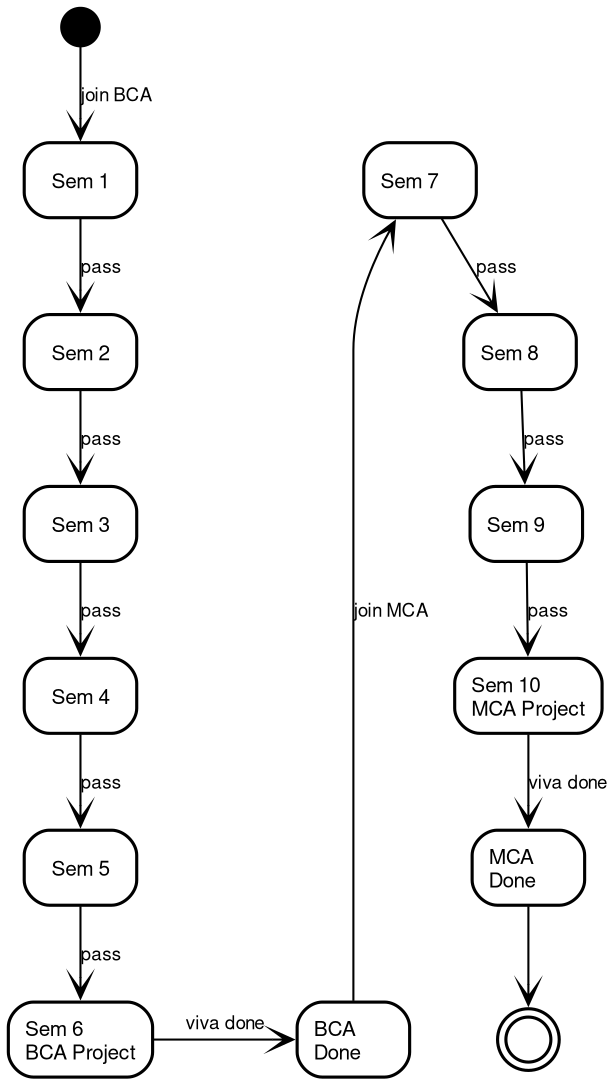
Above: docs/diagrams/11-state-student.png in akshita777/iips-ug-pg-project-repository-system (Graphviz), before the change. Its source is kept beside it as docs/diagrams/11-state-student.dot. The source it was exported from:
```dot
digraph state_student {
  rankdir=TB;
  bgcolor="white";
  fontname="Helvetica";
  nodesep=0.45;
  ranksep=0.5;

  node [fontname="Helvetica", fontsize=10, shape=box, style="rounded,filled",
        fillcolor="white", color="black", penwidth=1.5];
  edge [fontname="Helvetica", fontsize=9, color="black", arrowhead="vee"];

  start [label="", shape=circle, style="filled", fillcolor="black", width=0.25, height=0.25];
  s1 [label="Sem 1"];
  s2 [label="Sem 2"];
  s3 [label="Sem 3"];
  s4 [label="Sem 4"];
  s5 [label="Sem 5"];
  s6 [label="Sem 6\lBCA Project\l"];
  bca [label="BCA\lDone\l"];
  s7 [label="Sem 7\l"];
  s8 [label="Sem 8\l"];
  s9 [label="Sem 9\l"];
  s10 [label="Sem 10\lMCA Project\l"];
  mca [label="MCA\lDone\l"];
  end [label="", shape=doublecircle, style="filled", fillcolor="white", color="black", width=0.3, height=0.3];

  { rank=same; s1; s7; }
  { rank=same; s2; s8; }
  { rank=same; s3; s9; }
  { rank=same; s4; s10; }
  { rank=same; s5; mca; }
  { rank=same; s6; bca; }

  start -> s1 [label="join BCA"];
  s1 -> s2 [label="pass"];
  s2 -> s3 [label="pass"];
  s3 -> s4 [label="pass"];
  s4 -> s5 [label="pass"];
  s5 -> s6 [label="pass"];
  s6 -> bca [label="viva done"];

  bca -> s7 [label="join MCA"];
  s7 -> s8 [label="pass"];
  s8 -> s9 [label="pass"];
  s9 -> s10 [label="pass"];
  s10 -> mca [label="viva done"];
  mca -> end;
}
```
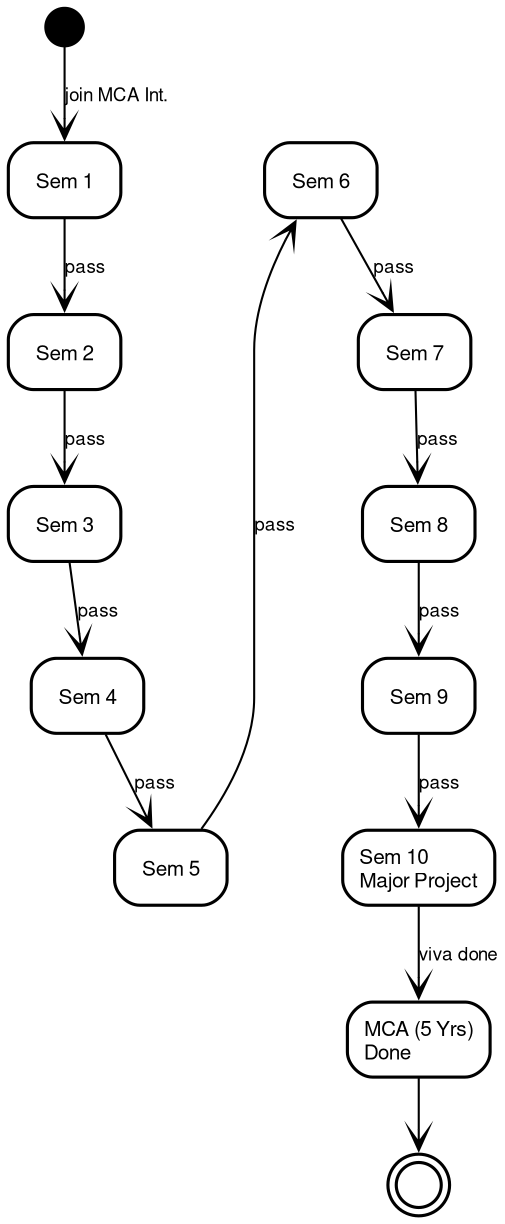
Later version of the same file.

What changed in the source:
```diff
@@ -15,31 +15,27 @@
   s3 [label="Sem 3"];
   s4 [label="Sem 4"];
   s5 [label="Sem 5"];
-  s6 [label="Sem 6\lBCA Project\l"];
-  bca [label="BCA\lDone\l"];
-  s7 [label="Sem 7\l"];
-  s8 [label="Sem 8\l"];
-  s9 [label="Sem 9\l"];
-  s10 [label="Sem 10\lMCA Project\l"];
-  mca [label="MCA\lDone\l"];
+  s6 [label="Sem 6"];
+  s7 [label="Sem 7"];
+  s8 [label="Sem 8"];
+  s9 [label="Sem 9"];
+  s10 [label="Sem 10\lMajor Project\l"];
+  mca [label="MCA (5 Yrs)\lDone\l"];
   end [label="", shape=doublecircle, style="filled", fillcolor="white", color="black", width=0.3, height=0.3];
 
-  { rank=same; s1; s7; }
-  { rank=same; s2; s8; }
-  { rank=same; s3; s9; }
-  { rank=same; s4; s10; }
-  { rank=same; s5; mca; }
-  { rank=same; s6; bca; }
+  { rank=same; s1; s6; }
+  { rank=same; s2; s7; }
+  { rank=same; s3; s8; }
+  { rank=same; s4; s9; }
+  { rank=same; s5; s10; }
 
-  start -> s1 [label="join BCA"];
+  start -> s1 [label="join MCA Int."];
   s1 -> s2 [label="pass"];
   s2 -> s3 [label="pass"];
   s3 -> s4 [label="pass"];
   s4 -> s5 [label="pass"];
   s5 -> s6 [label="pass"];
-  s6 -> bca [label="viva done"];
-
-  bca -> s7 [label="join MCA"];
+  s6 -> s7 [label="pass"];
   s7 -> s8 [label="pass"];
   s8 -> s9 [label="pass"];
   s9 -> s10 [label="pass"];
```
